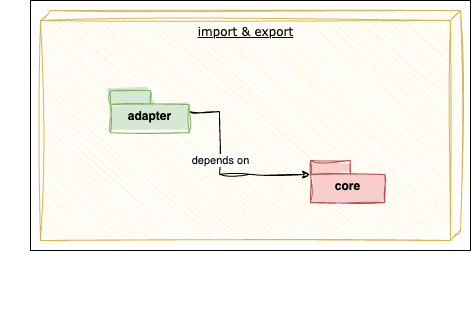
The draw.io diagram docs/assets/static-level-3.drawio.png in tinohertlein/timesheet-wizard, before a commit. Source tidied: cells renumbered, new cells last; positions are measured from the earlier drawing's top-left corner, leaving out a move shared by most shapes.
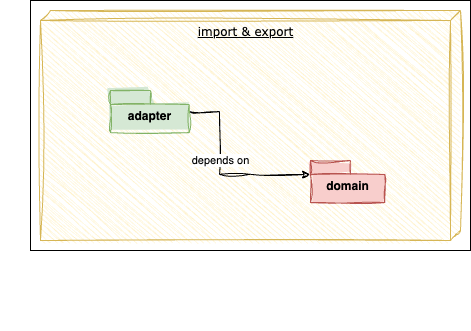
Later version of the same file.

Diff of the diagram source:
```diff
@@ -26,7 +26,7 @@
     <mxCell id="7" value="adapter" style="shape=folder;fontStyle=1;spacingTop=10;tabWidth=40;tabHeight=14;tabPosition=left;html=1;fillColor=#d5e8d4;strokeColor=#82b366;sketch=1;curveFitting=1;jiggle=2;fillStyle=solid;" parent="3" vertex="1">
       <mxGeometry x="110" y="80" width="78.7" height="42.1" as="geometry" />
     </mxCell>
-    <mxCell id="8" value="core" style="shape=folder;fontStyle=1;spacingTop=10;tabWidth=40;tabHeight=14;tabPosition=left;html=1;fillColor=#f8cecc;strokeColor=#b85450;sketch=1;curveFitting=1;jiggle=2;fillStyle=solid;" parent="3" vertex="1">
+    <mxCell id="8" value="domain" style="shape=folder;fontStyle=1;spacingTop=10;tabWidth=40;tabHeight=14;tabPosition=left;html=1;fillColor=#f8cecc;strokeColor=#b85450;sketch=1;curveFitting=1;jiggle=2;fillStyle=solid;" parent="3" vertex="1">
       <mxGeometry x="310" y="150" width="74.2" height="42.1" as="geometry" />
     </mxCell>
   </root>
```
